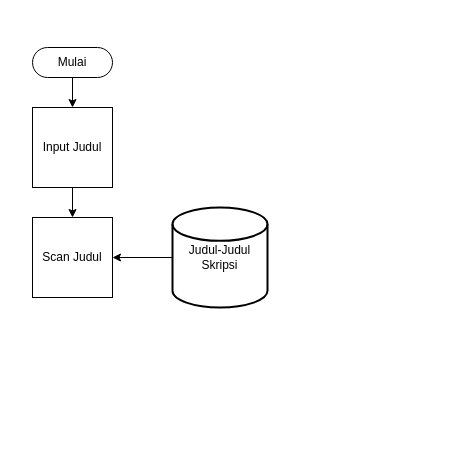
The draw.io diagram Paper/images/alur_penelitian.drawio in arif25-glitch/skripsi, before the edit. Source tidied: cells renumbered, new cells numbered last; positions are measured from the earlier drawing's top-left corner, leaving out a move shared by most shapes. Both pictures are drawn from the tidied source at 100%, with x=0, y=0 at pixel (32, 47).
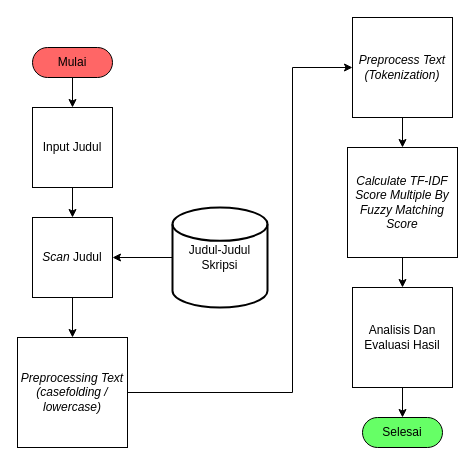
Above is the later version.

Diff of the diagram source:
```diff
@@
-    <mxCell id="3" value="Mulai" style="html=1;dashed=0;whiteSpace=wrap;shape=mxgraph.dfd.start;" parent="1" vertex="1">
+    <mxCell id="3" value="Mulai" style="html=1;dashed=0;whiteSpace=wrap;shape=mxgraph.dfd.start;fillColor=#FF6666;" parent="1" vertex="1">
       <mxGeometry width="80" height="30" as="geometry" />
     </mxCell>
@@
+    <mxCell id="9" style="edgeStyle=orthogonalEdgeStyle;rounded=0;jettySize=auto;html=1;" parent="1" edge="1" source="6" target="11">
+      <mxGeometry relative="1" as="geometry" />
+    </mxCell>
-    <mxCell id="6" value="Scan Judul" style="whiteSpace=wrap;html=1;" parent="1" vertex="1">
+    <mxCell id="6" value="&lt;i&gt;Scan &lt;/i&gt;Judul" style="whiteSpace=wrap;html=1;" parent="1" vertex="1">
       <mxGeometry y="170" width="80" height="80" as="geometry" />
     </mxCell>
@@
+    <mxCell id="10" style="edgeStyle=orthogonalEdgeStyle;rounded=0;jettySize=auto;html=1;entryX=0;entryY=0.5;entryDx=0;entryDy=0;" parent="1" edge="1" source="11" target="13">
+      <mxGeometry relative="1" as="geometry">
+        <Array as="points">
+          <mxPoint x="260" y="345" />
+          <mxPoint x="260" y="20" />
+        </Array>
+      </mxGeometry>
+    </mxCell>
+    <mxCell id="11" value="&lt;i&gt;Preprocessing Text (casefolding / lowercase)&lt;/i&gt;" style="whiteSpace=wrap;html=1;" parent="1" vertex="1">
+      <mxGeometry x="-15" y="290" width="110" height="110" as="geometry" />
+    </mxCell>
+    <mxCell id="12" style="edgeStyle=orthogonalEdgeStyle;rounded=0;jettySize=auto;html=1;" parent="1" edge="1" source="13" target="15">
+      <mxGeometry relative="1" as="geometry" />
+    </mxCell>
+    <mxCell id="13" value="&lt;i&gt;Preprocess Text (Tokenization)&lt;/i&gt;" style="whiteSpace=wrap;html=1;" parent="1" vertex="1">
+      <mxGeometry x="320" y="-30" width="100" height="100" as="geometry" />
+    </mxCell>
+    <mxCell id="14" style="edgeStyle=orthogonalEdgeStyle;rounded=0;jettySize=auto;html=1;" parent="1" edge="1" source="15" target="17">
+      <mxGeometry relative="1" as="geometry" />
+    </mxCell>
+    <mxCell id="15" value="&lt;i&gt;Calculate TF-IDF Score Multiple By Fuzzy Matching Score&lt;/i&gt;" style="whiteSpace=wrap;html=1;" parent="1" vertex="1">
+      <mxGeometry x="315" y="100" width="110" height="110" as="geometry" />
+    </mxCell>
+    <mxCell id="16" style="edgeStyle=orthogonalEdgeStyle;rounded=0;jettySize=auto;html=1;" parent="1" edge="1" source="17" target="18">
+      <mxGeometry relative="1" as="geometry" />
+    </mxCell>
+    <mxCell id="17" value="Analisis Dan Evaluasi Hasil" style="whiteSpace=wrap;html=1;" parent="1" vertex="1">
+      <mxGeometry x="320" y="240" width="100" height="100" as="geometry" />
+    </mxCell>
+    <mxCell id="18" value="Selesai" style="html=1;dashed=0;whiteSpace=wrap;shape=mxgraph.dfd.start;fillColor=#66FF66;" parent="1" vertex="1">
+      <mxGeometry x="330" y="370" width="80" height="30" as="geometry" />
+    </mxCell>
```
